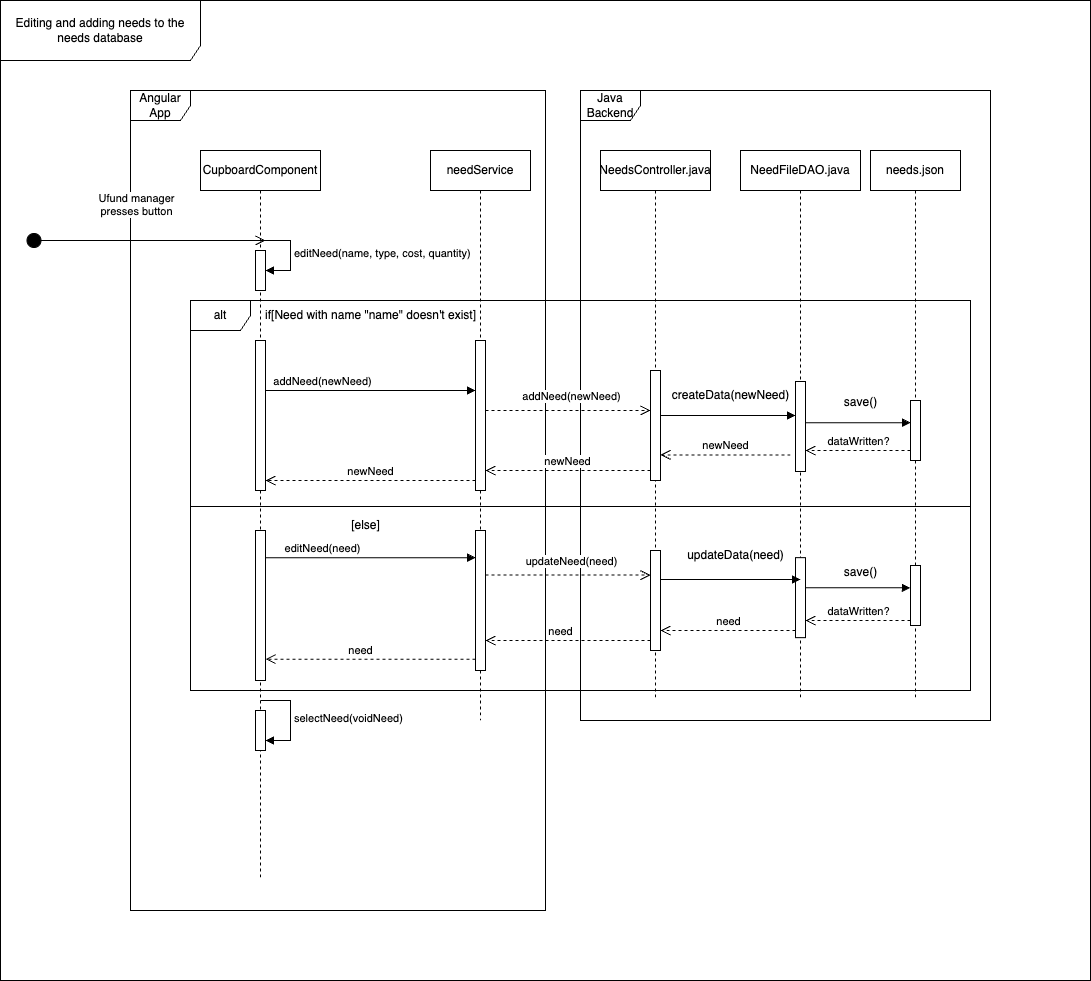
The draw.io diagram docs/AddOrEditNeedsSequenceDiagram.drawio.png in jw5250/Donation-Website, before a commit. Source tidied: cells renumbered, new cells last; positions are measured from the earlier drawing's top-left corner, leaving out a move shared by most shapes. Source of this version:
```xml
<mxGraphModel>
  <root>
    <mxCell id="0" />
    <mxCell id="1" parent="0" />
    <mxCell id="2" value="needService" style="shape=umlLifeline;perimeter=lifelinePerimeter;whiteSpace=wrap;html=1;newEdgeStyle={&quot;edgeStyle&quot;:&quot;elbowEdgeStyle&quot;,&quot;elbow&quot;:&quot;vertical&quot;,&quot;curved&quot;:0,&quot;rounded&quot;:0};" parent="1" vertex="1">
      <mxGeometry x="430" y="150" width="100" height="570" as="geometry" />
    </mxCell>
    <mxCell id="3" style="html=1;points=[];perimeter=orthogonalPerimeter;outlineConnect=0;targetShapes=umlLifeline;portConstraint=eastwest;newEdgeStyle={&quot;edgeStyle&quot;:&quot;elbowEdgeStyle&quot;,&quot;elbow&quot;:&quot;vertical&quot;,&quot;curved&quot;:0,&quot;rounded&quot;:0};" parent="2" vertex="1">
      <mxGeometry x="45" y="190" width="10" height="150" as="geometry" />
    </mxCell>
    <mxCell id="4" value="addNeed(newNeed)" style="html=1;verticalAlign=bottom;endArrow=block;edgeStyle=elbowEdgeStyle;elbow=horizontal;curved=0;rounded=0;" parent="1" edge="1" target="3">
      <mxGeometry relative="1" as="geometry">
        <mxPoint x="350" y="390" as="sourcePoint" />
        <Array as="points">
          <mxPoint x="260" y="390" />
        </Array>
      </mxGeometry>
    </mxCell>
    <mxCell id="5" value="newNeed" style="html=1;verticalAlign=bottom;endArrow=open;dashed=1;endSize=8;edgeStyle=elbowEdgeStyle;elbow=vertical;curved=0;rounded=0;" parent="1" edge="1" source="3">
      <mxGeometry relative="1" as="geometry">
        <mxPoint x="265" y="480" as="targetPoint" />
        <Array as="points">
          <mxPoint x="410" y="480" />
          <mxPoint x="460" y="460" />
          <mxPoint x="360" y="420" />
        </Array>
      </mxGeometry>
    </mxCell>
    <mxCell id="6" value="Angular App" style="shape=umlFrame;whiteSpace=wrap;html=1;" parent="1" vertex="1">
      <mxGeometry x="130" y="90" width="415" height="820" as="geometry" />
    </mxCell>
    <mxCell id="7" value="CupboardComponent" style="shape=umlLifeline;perimeter=lifelinePerimeter;whiteSpace=wrap;html=1;newEdgeStyle={&quot;curved&quot;:0,&quot;rounded&quot;:0};" parent="1" vertex="1">
      <mxGeometry x="200" y="150" width="120" height="730" as="geometry" />
    </mxCell>
    <mxCell id="8" style="html=1;perimeter=orthogonalPerimeter;targetShapes=umlLifeline;newEdgeStyle={&quot;curved&quot;:0,&quot;rounded&quot;:0};" parent="7" vertex="1">
      <mxGeometry x="55" y="190" width="10" height="150" as="geometry" />
    </mxCell>
    <mxCell id="9" style="html=1;perimeter=orthogonalPerimeter;targetShapes=umlLifeline;newEdgeStyle={&quot;curved&quot;:0,&quot;rounded&quot;:0};" parent="7" vertex="1">
      <mxGeometry x="55" y="100" width="10" height="40" as="geometry" />
    </mxCell>
    <mxCell id="10" value="editNeed(name, type, cost, quantity)" style="html=1;align=left;spacingLeft=2;endArrow=block;rounded=0;edgeStyle=orthogonalEdgeStyle;curved=0;rounded=0;" parent="7" edge="1">
      <mxGeometry relative="1" as="geometry">
        <mxPoint x="60" y="90" as="sourcePoint" />
        <mxPoint x="65" y="120" as="targetPoint" />
        <Array as="points">
          <mxPoint x="90" y="90" />
          <mxPoint x="90" y="120" />
        </Array>
      </mxGeometry>
    </mxCell>
    <mxCell id="11" style="html=1;perimeter=orthogonalPerimeter;targetShapes=umlLifeline;newEdgeStyle={&quot;curved&quot;:0,&quot;rounded&quot;:0};" parent="7" vertex="1">
      <mxGeometry x="55" y="560" width="10" height="40" as="geometry" />
    </mxCell>
    <mxCell id="12" value="selectNeed(voidNeed)" style="html=1;align=left;spacingLeft=2;endArrow=block;rounded=0;edgeStyle=orthogonalEdgeStyle;curved=0;rounded=0;" parent="7" edge="1">
      <mxGeometry x="0.01" relative="1" as="geometry">
        <mxPoint x="60" y="550" as="sourcePoint" />
        <mxPoint x="65" y="590" as="targetPoint" />
        <Array as="points">
          <mxPoint x="60" y="550" />
          <mxPoint x="90" y="550" />
          <mxPoint x="90" y="590" />
        </Array>
      </mxGeometry>
    </mxCell>
    <mxCell id="13" value="Java Backend" style="shape=umlFrame;whiteSpace=wrap;html=1;" parent="1" vertex="1">
      <mxGeometry x="580" y="90" width="410" height="630" as="geometry" />
    </mxCell>
    <mxCell id="14" value="NeedsController.java" style="shape=umlLifeline;perimeter=lifelinePerimeter;whiteSpace=wrap;html=1;newEdgeStyle={&quot;curved&quot;:0,&quot;rounded&quot;:0};" parent="1" vertex="1">
      <mxGeometry x="600" y="150" width="110" height="550" as="geometry" />
    </mxCell>
    <mxCell id="15" style="html=1;points=[[0,0,0,0,5],[0,1,0,0,-5],[1,0,0,0,5],[1,1,0,0,-5]];perimeter=orthogonalPerimeter;outlineConnect=0;targetShapes=umlLifeline;portConstraint=eastwest;newEdgeStyle={&quot;curved&quot;:0,&quot;rounded&quot;:0};" parent="14" vertex="1">
      <mxGeometry x="50" y="220" width="10" height="110" as="geometry" />
    </mxCell>
    <mxCell id="16" value="NeedFileDAO.java" style="shape=umlLifeline;perimeter=lifelinePerimeter;whiteSpace=wrap;html=1;newEdgeStyle={&quot;curved&quot;:0,&quot;rounded&quot;:0};" parent="1" vertex="1">
      <mxGeometry x="740" y="150" width="120" height="550" as="geometry" />
    </mxCell>
    <mxCell id="17" style="html=1;points=[[0,0,0,0,5],[0,1,0,0,-5],[1,0,0,0,5],[1,1,0,0,-5]];perimeter=orthogonalPerimeter;outlineConnect=0;targetShapes=umlLifeline;portConstraint=eastwest;newEdgeStyle={&quot;curved&quot;:0,&quot;rounded&quot;:0};" parent="16" vertex="1">
      <mxGeometry x="55" y="231" width="10" height="90" as="geometry" />
    </mxCell>
    <mxCell id="18" style="html=1;points=[[0,0,0,0,5],[0,1,0,0,-5],[1,0,0,0,5],[1,1,0,0,-5]];perimeter=orthogonalPerimeter;outlineConnect=0;targetShapes=umlLifeline;portConstraint=eastwest;newEdgeStyle={&quot;curved&quot;:0,&quot;rounded&quot;:0};" parent="16" vertex="1">
      <mxGeometry x="55" y="407.2" width="10" height="80" as="geometry" />
    </mxCell>
    <mxCell id="19" style="html=1;verticalAlign=bottom;endArrow=block;curved=0;rounded=0;exitX=1;exitY=0;exitDx=0;exitDy=5;exitPerimeter=0;" parent="16" edge="1">
      <mxGeometry relative="1" as="geometry">
        <mxPoint x="-80" y="429" as="sourcePoint" />
        <mxPoint x="60" y="429" as="targetPoint" />
      </mxGeometry>
    </mxCell>
    <mxCell id="20" value="updateData(need)" style="text;html=1;align=center;verticalAlign=middle;strokeColor=none;fillColor=none;" parent="16" vertex="1">
      <mxGeometry x="-65" y="390" width="120" height="30" as="geometry" />
    </mxCell>
    <mxCell id="21" value="need" style="html=1;verticalAlign=bottom;endArrow=open;dashed=1;endSize=8;curved=0;rounded=0;" parent="16" edge="1" target="45">
      <mxGeometry x="-0.01" relative="1" as="geometry">
        <mxPoint x="55" y="480" as="sourcePoint" />
      </mxGeometry>
    </mxCell>
    <mxCell id="22" value="needs.json" style="shape=umlLifeline;perimeter=lifelinePerimeter;whiteSpace=wrap;html=1;newEdgeStyle={&quot;curved&quot;:0,&quot;rounded&quot;:0};" parent="1" vertex="1">
      <mxGeometry x="870" y="150" width="90" height="550" as="geometry" />
    </mxCell>
    <mxCell id="23" style="html=1;perimeter=orthogonalPerimeter;targetShapes=umlLifeline;newEdgeStyle={&quot;curved&quot;:0,&quot;rounded&quot;:0};" parent="22" vertex="1">
      <mxGeometry x="40" y="250" width="10" height="60" as="geometry" />
    </mxCell>
    <mxCell id="24" style="html=1;verticalAlign=bottom;endArrow=open;dashed=1;endSize=8;edgeStyle=elbowEdgeStyle;elbow=vertical;curved=0;rounded=0;" parent="1" edge="1">
      <mxGeometry relative="1" as="geometry">
        <mxPoint x="485" y="410" as="sourcePoint" />
        <mxPoint x="650" y="410" as="targetPoint" />
        <Array as="points">
          <mxPoint x="610" y="410" />
          <mxPoint x="530.3" y="320" />
        </Array>
      </mxGeometry>
    </mxCell>
    <mxCell id="25" value="addNeed(newNeed)" style="edgeLabel;html=1;align=center;verticalAlign=middle;" parent="24" vertex="1">
      <mxGeometry x="0.03" y="2" relative="1" as="geometry">
        <mxPoint y="-13" as="offset" />
      </mxGeometry>
    </mxCell>
    <mxCell id="26" value="alt" style="shape=umlFrame;whiteSpace=wrap;html=1;" parent="1" vertex="1">
      <mxGeometry x="190" y="300" width="780" height="390" as="geometry" />
    </mxCell>
    <mxCell id="27" value="if[Need with name &quot;name&quot; doesn't exist]" style="text;html=1;align=center;verticalAlign=middle;strokeColor=none;fillColor=none;" parent="1" vertex="1">
      <mxGeometry x="255" y="300" width="230" height="30" as="geometry" />
    </mxCell>
    <mxCell id="28" value="[else]" style="text;html=1;align=center;verticalAlign=middle;strokeColor=none;fillColor=none;" parent="1" vertex="1">
      <mxGeometry x="340" y="510" width="50" height="30" as="geometry" />
    </mxCell>
    <mxCell id="29" style="html=1;perimeter=orthogonalPerimeter;targetShapes=umlLifeline;newEdgeStyle={&quot;curved&quot;:0,&quot;rounded&quot;:0};" parent="1" vertex="1">
      <mxGeometry x="475" y="530" width="10" height="140" as="geometry" />
    </mxCell>
    <mxCell id="30" style="html=1;verticalAlign=bottom;endArrow=block;curved=0;rounded=0;exitX=1;exitY=0;exitDx=0;exitDy=5;exitPerimeter=0;" parent="1" edge="1" target="17">
      <mxGeometry relative="1" as="geometry">
        <mxPoint x="660" y="415" as="sourcePoint" />
      </mxGeometry>
    </mxCell>
    <mxCell id="31" style="line;strokeWidth=1;fillColor=none;align=left;verticalAlign=middle;spacingTop=-1;spacingLeft=3;spacingRight=3;labelPosition=right;strokeColor=inherit;" parent="1" vertex="1">
      <mxGeometry x="190" y="502" width="780" height="8" as="geometry" />
    </mxCell>
    <mxCell id="32" value="createData(newNeed)" style="text;html=1;align=center;verticalAlign=middle;strokeColor=none;fillColor=none;" parent="1" vertex="1">
      <mxGeometry x="660" y="380" width="140" height="30" as="geometry" />
    </mxCell>
    <mxCell id="33" style="html=1;verticalAlign=bottom;endArrow=block;curved=0;rounded=0;" parent="1" edge="1" source="17">
      <mxGeometry relative="1" as="geometry">
        <mxPoint x="910" y="422.2" as="targetPoint" />
      </mxGeometry>
    </mxCell>
    <mxCell id="34" value="save()" style="text;html=1;align=center;verticalAlign=middle;strokeColor=none;fillColor=none;" parent="1" vertex="1">
      <mxGeometry x="830" y="387.2" width="60" height="30" as="geometry" />
    </mxCell>
    <mxCell id="35" value="dataWritten?" style="html=1;verticalAlign=bottom;endArrow=open;dashed=1;endSize=8;curved=0;rounded=0;" parent="1" edge="1" target="17">
      <mxGeometry relative="1" as="geometry">
        <mxPoint x="910" y="450" as="sourcePoint" />
      </mxGeometry>
    </mxCell>
    <mxCell id="36" value="newNeed" style="html=1;verticalAlign=bottom;endArrow=open;dashed=1;endSize=8;curved=0;rounded=0;" parent="1" edge="1" target="15">
      <mxGeometry relative="1" as="geometry">
        <mxPoint x="790" y="454.4" as="sourcePoint" />
      </mxGeometry>
    </mxCell>
    <mxCell id="37" value="newNeed" style="html=1;verticalAlign=bottom;endArrow=open;dashed=1;endSize=8;curved=0;rounded=0;" parent="1" edge="1" target="3">
      <mxGeometry relative="1" as="geometry">
        <mxPoint x="650" y="470" as="sourcePoint" />
      </mxGeometry>
    </mxCell>
    <mxCell id="38" value="editNeed(need)" style="html=1;verticalAlign=bottom;endArrow=block;edgeStyle=elbowEdgeStyle;elbow=horizontal;curved=0;rounded=0;" parent="1" edge="1">
      <mxGeometry relative="1" as="geometry">
        <mxPoint x="350" y="557.2" as="sourcePoint" />
        <mxPoint x="475" y="557.2" as="targetPoint" />
        <Array as="points">
          <mxPoint x="260" y="557.2" />
        </Array>
      </mxGeometry>
    </mxCell>
    <mxCell id="39" style="html=1;points=[[0,0,0,0,5],[0,1,0,0,-5],[1,0,0,0,5],[1,1,0,0,-5]];perimeter=orthogonalPerimeter;outlineConnect=0;targetShapes=umlLifeline;portConstraint=eastwest;newEdgeStyle={&quot;curved&quot;:0,&quot;rounded&quot;:0};" parent="1" vertex="1">
      <mxGeometry x="255" y="530" width="10" height="150" as="geometry" />
    </mxCell>
    <mxCell id="40" style="html=1;verticalAlign=bottom;endArrow=open;dashed=1;endSize=8;edgeStyle=elbowEdgeStyle;elbow=vertical;curved=0;rounded=0;" parent="1" edge="1">
      <mxGeometry relative="1" as="geometry">
        <mxPoint x="485" y="574.6" as="sourcePoint" />
        <mxPoint x="650" y="574.6" as="targetPoint" />
        <Array as="points">
          <mxPoint x="617.5" y="574.6" />
          <mxPoint x="537.8" y="484.6" />
        </Array>
      </mxGeometry>
    </mxCell>
    <mxCell id="41" value="updateNeed(need)" style="edgeLabel;html=1;align=center;verticalAlign=middle;" parent="1" vertex="1">
      <mxGeometry x="570" y="560" as="geometry" />
    </mxCell>
    <mxCell id="42" value="need" style="html=1;verticalAlign=bottom;endArrow=open;dashed=1;endSize=8;curved=0;rounded=0;" parent="1" edge="1">
      <mxGeometry x="0.09" relative="1" as="geometry">
        <mxPoint x="650" y="640" as="sourcePoint" />
        <mxPoint x="485" y="640" as="targetPoint" />
      </mxGeometry>
    </mxCell>
    <mxCell id="43" value="need" style="html=1;verticalAlign=bottom;endArrow=open;dashed=1;endSize=8;curved=0;rounded=0;" parent="1" edge="1" target="39">
      <mxGeometry x="0.09" relative="1" as="geometry">
        <mxPoint x="475" y="658.7" as="sourcePoint" />
      </mxGeometry>
    </mxCell>
    <mxCell id="44" value="Ufund manager&lt;br&gt;presses button" style="html=1;verticalAlign=bottom;startArrow=circle;startFill=1;endArrow=open;startSize=6;endSize=8;curved=0;rounded=0;" parent="1" edge="1">
      <mxGeometry x="-0.08" y="20" relative="1" as="geometry">
        <mxPoint x="25.5" y="240" as="sourcePoint" />
        <mxPoint x="265" y="240" as="targetPoint" />
      </mxGeometry>
    </mxCell>
    <mxCell id="45" style="html=1;points=[[0,0,0,0,5],[0,1,0,0,-5],[1,0,0,0,5],[1,1,0,0,-5]];perimeter=orthogonalPerimeter;outlineConnect=0;targetShapes=umlLifeline;portConstraint=eastwest;newEdgeStyle={&quot;curved&quot;:0,&quot;rounded&quot;:0};" parent="1" vertex="1">
      <mxGeometry x="650" y="550" width="10" height="100" as="geometry" />
    </mxCell>
    <mxCell id="46" style="html=1;perimeter=orthogonalPerimeter;targetShapes=umlLifeline;newEdgeStyle={&quot;curved&quot;:0,&quot;rounded&quot;:0};" parent="1" vertex="1">
      <mxGeometry x="910" y="565" width="10" height="60" as="geometry" />
    </mxCell>
    <mxCell id="47" style="html=1;verticalAlign=bottom;endArrow=block;curved=0;rounded=0;" parent="1" edge="1">
      <mxGeometry relative="1" as="geometry">
        <mxPoint x="805" y="587.2" as="sourcePoint" />
        <mxPoint x="910" y="587.4" as="targetPoint" />
      </mxGeometry>
    </mxCell>
    <mxCell id="48" value="dataWritten?" style="html=1;verticalAlign=bottom;endArrow=open;dashed=1;endSize=8;curved=0;rounded=0;" parent="1" edge="1" target="18">
      <mxGeometry relative="1" as="geometry">
        <mxPoint x="910" y="620" as="sourcePoint" />
      </mxGeometry>
    </mxCell>
    <mxCell id="49" value="save()" style="text;html=1;align=center;verticalAlign=middle;strokeColor=none;fillColor=none;" parent="1" vertex="1">
      <mxGeometry x="830" y="557.2" width="60" height="30" as="geometry" />
    </mxCell>
    <mxCell id="50" value="Editing and adding needs to the needs database" style="shape=umlFrame;whiteSpace=wrap;html=1;width=200;height=60;" parent="1" vertex="1">
      <mxGeometry width="1090" height="980" as="geometry" />
    </mxCell>
  </root>
</mxGraphModel>
```
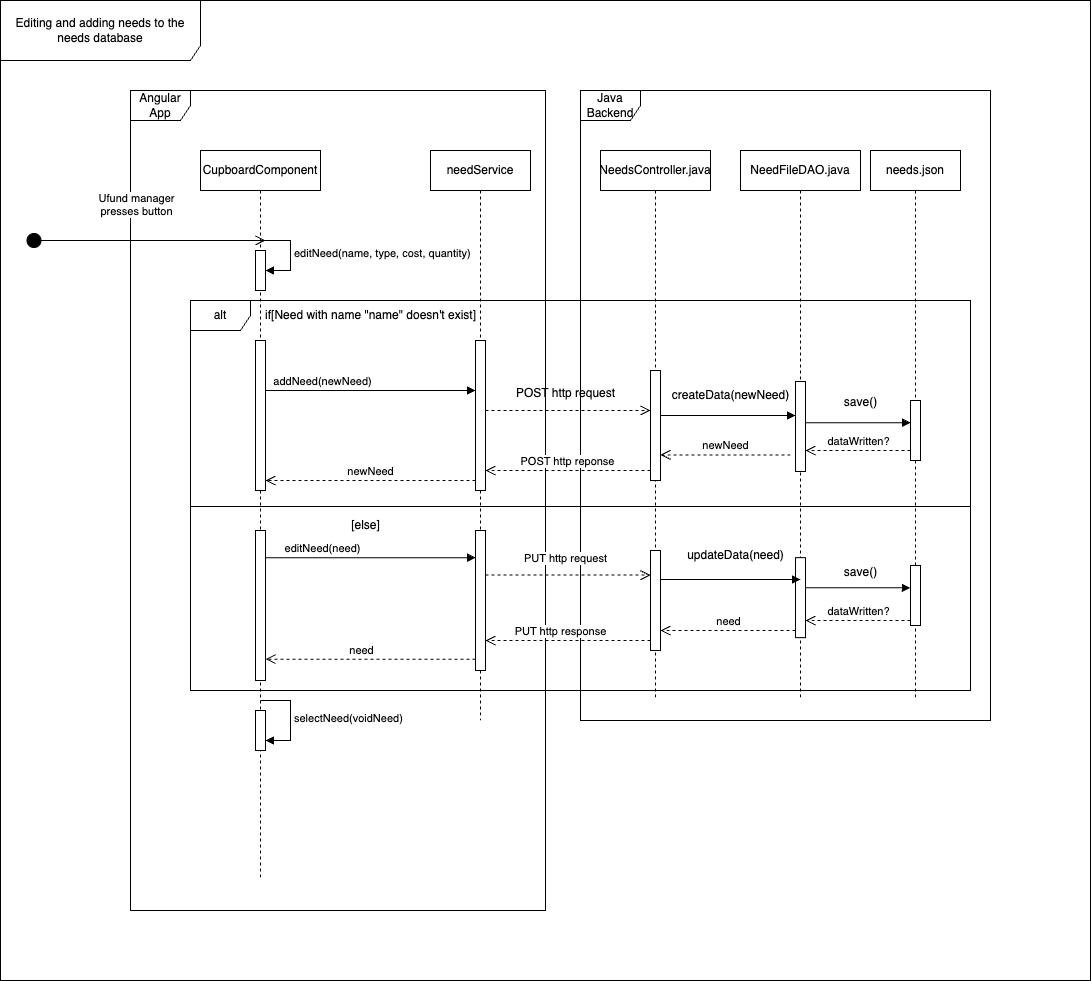
After the change.

Commit message:
Changed the sequence diagram involving needs from using a function to call the backend to an http request/response

Diff of the diagram source:
```diff
@@ -110,11 +110,6 @@
         </Array>
       </mxGeometry>
     </mxCell>
-    <mxCell id="25" value="addNeed(newNeed)" style="edgeLabel;html=1;align=center;verticalAlign=middle;" parent="24" vertex="1">
-      <mxGeometry x="0.03" y="2" relative="1" as="geometry">
-        <mxPoint y="-13" as="offset" />
-      </mxGeometry>
-    </mxCell>
     <mxCell id="26" value="alt" style="shape=umlFrame;whiteSpace=wrap;html=1;" parent="1" vertex="1">
       <mxGeometry x="190" y="300" width="780" height="390" as="geometry" />
     </mxCell>
@@ -156,7 +151,7 @@
         <mxPoint x="790" y="454.4" as="sourcePoint" />
       </mxGeometry>
     </mxCell>
-    <mxCell id="37" value="newNeed" style="html=1;verticalAlign=bottom;endArrow=open;dashed=1;endSize=8;curved=0;rounded=0;" parent="1" edge="1" target="3">
+    <mxCell id="37" value="POST http reponse" style="html=1;verticalAlign=bottom;endArrow=open;dashed=1;endSize=8;curved=0;rounded=0;" parent="1" edge="1" target="3">
       <mxGeometry relative="1" as="geometry">
         <mxPoint x="650" y="470" as="sourcePoint" />
       </mxGeometry>
@@ -183,10 +178,10 @@
         </Array>
       </mxGeometry>
     </mxCell>
-    <mxCell id="41" value="updateNeed(need)" style="edgeLabel;html=1;align=center;verticalAlign=middle;" parent="1" vertex="1">
-      <mxGeometry x="570" y="560" as="geometry" />
+    <mxCell id="41" value="PUT http request" style="edgeLabel;html=1;align=center;verticalAlign=middle;" parent="1" vertex="1">
+      <mxGeometry x="565" y="557.2" as="geometry" />
     </mxCell>
-    <mxCell id="42" value="need" style="html=1;verticalAlign=bottom;endArrow=open;dashed=1;endSize=8;curved=0;rounded=0;" parent="1" edge="1">
+    <mxCell id="42" value="PUT http response" style="html=1;verticalAlign=bottom;endArrow=open;dashed=1;endSize=8;curved=0;rounded=0;" parent="1" edge="1">
       <mxGeometry x="0.09" relative="1" as="geometry">
         <mxPoint x="650" y="640" as="sourcePoint" />
         <mxPoint x="485" y="640" as="targetPoint" />
@@ -226,5 +221,8 @@
     <mxCell id="50" value="Editing and adding needs to the needs database" style="shape=umlFrame;whiteSpace=wrap;html=1;width=200;height=60;" parent="1" vertex="1">
       <mxGeometry width="1090" height="980" as="geometry" />
     </mxCell>
+    <mxCell id="51" value="POST http request" style="text;html=1;align=center;verticalAlign=middle;strokeColor=none;fillColor=none;" parent="1" vertex="1">
+      <mxGeometry x="505" y="378" width="120" height="30" as="geometry" />
+    </mxCell>
   </root>
 </mxGraphModel>
```
